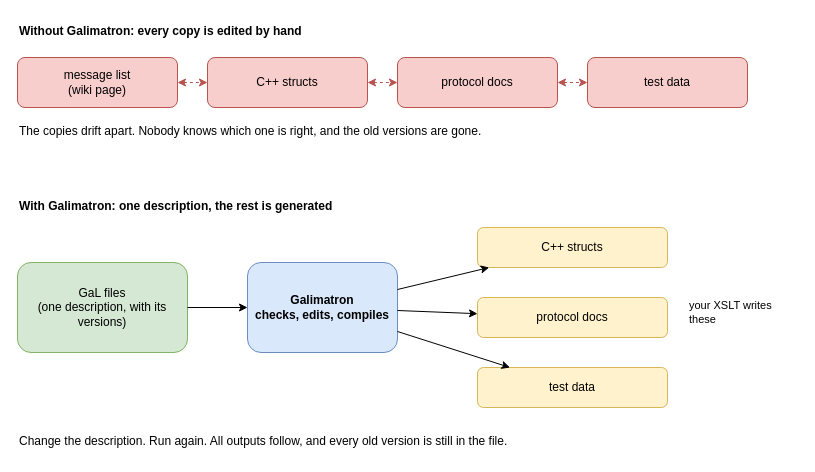
Earlier version of the draw.io diagram drawio/01_one_description.drawio (goloveshin/galimatron_doc). Source tidied: cells renumbered, new cells numbered last; positions are measured from the earlier drawing's top-left corner, leaving out a move shared by most shapes. Both pictures are drawn from the tidied source at 100%, with x=0, y=0 at pixel (17, 17).
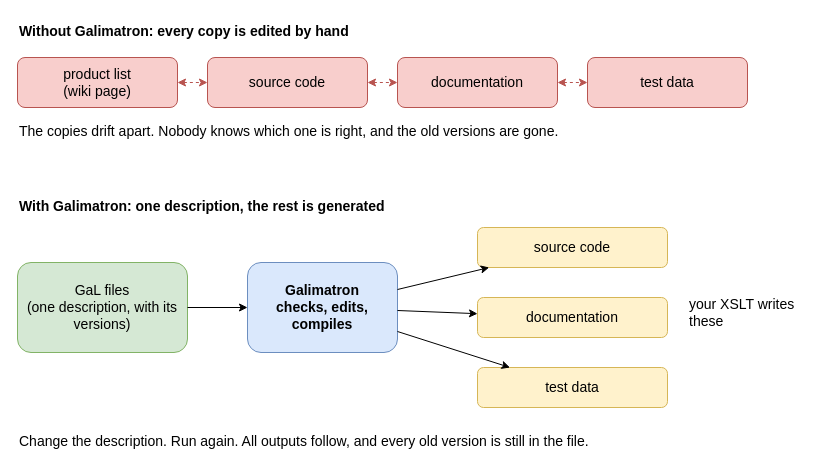
The same diagram, later.

What changed in the source:
```diff
@@
-    <mxCell id="2" value="Without Galimatron: every copy is edited by hand" style="text;html=1;whiteSpace=wrap;verticalAlign=middle;align=left;fontStyle=1;" parent="1" vertex="1">
+    <mxCell id="2" value="Without Galimatron: every copy is edited by hand" style="text;html=1;whiteSpace=wrap;verticalAlign=middle;align=left;fontStyle=1;fontSize=14;" parent="1" vertex="1">
       <mxGeometry width="700" height="28" as="geometry" />
     </mxCell>
-    <mxCell id="3" value="message list&lt;br&gt;(wiki page)" style="rounded=1;whiteSpace=wrap;html=1;fillColor=#f8cecc;strokeColor=#b85450;" parent="1" vertex="1">
+    <mxCell id="3" value="product list&lt;br&gt;(wiki page)" style="rounded=1;whiteSpace=wrap;html=1;fillColor=#f8cecc;strokeColor=#b85450;fontSize=14;" parent="1" vertex="1">
       <mxGeometry y="40" width="160" height="50" as="geometry" />
     </mxCell>
-    <mxCell id="4" value="C++ structs" style="rounded=1;whiteSpace=wrap;html=1;fillColor=#f8cecc;strokeColor=#b85450;" parent="1" vertex="1">
+    <mxCell id="4" value="source code" style="rounded=1;whiteSpace=wrap;html=1;fillColor=#f8cecc;strokeColor=#b85450;fontSize=14;" parent="1" vertex="1">
       <mxGeometry x="190" y="40" width="160" height="50" as="geometry" />
     </mxCell>
-    <mxCell id="5" value="protocol docs" style="rounded=1;whiteSpace=wrap;html=1;fillColor=#f8cecc;strokeColor=#b85450;" parent="1" vertex="1">
+    <mxCell id="5" value="documentation" style="rounded=1;whiteSpace=wrap;html=1;fillColor=#f8cecc;strokeColor=#b85450;fontSize=14;" parent="1" vertex="1">
       <mxGeometry x="380" y="40" width="160" height="50" as="geometry" />
     </mxCell>
-    <mxCell id="6" value="test data" style="rounded=1;whiteSpace=wrap;html=1;fillColor=#f8cecc;strokeColor=#b85450;" parent="1" vertex="1">
+    <mxCell id="6" value="test data" style="rounded=1;whiteSpace=wrap;html=1;fillColor=#f8cecc;strokeColor=#b85450;fontSize=14;" parent="1" vertex="1">
       <mxGeometry x="570" y="40" width="160" height="50" as="geometry" />
     </mxCell>
@@
-    <mxCell id="10" value="The copies drift apart. Nobody knows which one is right, and the old versions are gone." style="text;html=1;whiteSpace=wrap;verticalAlign=middle;align=left;" parent="1" vertex="1">
+    <mxCell id="10" value="The copies drift apart. Nobody knows which one is right, and the old versions are gone." style="text;html=1;whiteSpace=wrap;verticalAlign=middle;align=left;fontSize=14;" parent="1" vertex="1">
       <mxGeometry y="100" width="730" height="28" as="geometry" />
     </mxCell>
-    <mxCell id="11" value="With Galimatron: one description, the rest is generated" style="text;html=1;whiteSpace=wrap;verticalAlign=middle;align=left;fontStyle=1;" parent="1" vertex="1">
+    <mxCell id="11" value="With Galimatron: one description, the rest is generated" style="text;html=1;whiteSpace=wrap;verticalAlign=middle;align=left;fontStyle=1;fontSize=14;" parent="1" vertex="1">
       <mxGeometry y="175" width="700" height="28" as="geometry" />
     </mxCell>
-    <mxCell id="12" value="GaL files&lt;br&gt;(one description, with its versions)" style="rounded=1;whiteSpace=wrap;html=1;fillColor=#d5e8d4;strokeColor=#82b366;" parent="1" vertex="1">
+    <mxCell id="12" value="GaL files&lt;br&gt;(one description, with its versions)" style="rounded=1;whiteSpace=wrap;html=1;fillColor=#d5e8d4;strokeColor=#82b366;fontSize=14;" parent="1" vertex="1">
       <mxGeometry y="245" width="170" height="90" as="geometry" />
     </mxCell>
-    <mxCell id="13" value="Galimatron&lt;br&gt;checks, edits, compiles" style="rounded=1;whiteSpace=wrap;html=1;fillColor=#dae8fc;strokeColor=#6c8ebf;fontStyle=1;" parent="1" vertex="1">
+    <mxCell id="13" value="Galimatron&lt;br&gt;checks, edits, compiles" style="rounded=1;whiteSpace=wrap;html=1;fillColor=#dae8fc;strokeColor=#6c8ebf;fontStyle=1;fontSize=14;" parent="1" vertex="1">
       <mxGeometry x="230" y="245" width="150" height="90" as="geometry" />
     </mxCell>
-    <mxCell id="14" value="C++ structs" style="rounded=1;whiteSpace=wrap;html=1;fillColor=#fff2cc;strokeColor=#d6b656;" parent="1" vertex="1">
+    <mxCell id="14" value="source code" style="rounded=1;whiteSpace=wrap;html=1;fillColor=#fff2cc;strokeColor=#d6b656;fontSize=14;" parent="1" vertex="1">
       <mxGeometry x="460" y="210" width="190" height="40" as="geometry" />
     </mxCell>
-    <mxCell id="15" value="protocol docs" style="rounded=1;whiteSpace=wrap;html=1;fillColor=#fff2cc;strokeColor=#d6b656;" parent="1" vertex="1">
+    <mxCell id="15" value="documentation" style="rounded=1;whiteSpace=wrap;html=1;fillColor=#fff2cc;strokeColor=#d6b656;fontSize=14;" parent="1" vertex="1">
       <mxGeometry x="460" y="280" width="190" height="40" as="geometry" />
     </mxCell>
-    <mxCell id="16" value="test data" style="rounded=1;whiteSpace=wrap;html=1;fillColor=#fff2cc;strokeColor=#d6b656;" parent="1" vertex="1">
+    <mxCell id="16" value="test data" style="rounded=1;whiteSpace=wrap;html=1;fillColor=#fff2cc;strokeColor=#d6b656;fontSize=14;" parent="1" vertex="1">
       <mxGeometry x="460" y="350" width="190" height="40" as="geometry" />
     </mxCell>
@@
-    <mxCell id="21" value="your XSLT writes these" style="text;html=1;whiteSpace=wrap;verticalAlign=middle;align=left;fontSize=11;" parent="1" vertex="1">
+    <mxCell id="21" value="your XSLT writes these" style="text;html=1;whiteSpace=wrap;verticalAlign=middle;align=left;fontSize=14;" parent="1" vertex="1">
       <mxGeometry x="670" y="265" width="110" height="60" as="geometry" />
     </mxCell>
-    <mxCell id="22" value="Change the description. Run again. All outputs follow, and every old version is still in the file." style="text;html=1;whiteSpace=wrap;verticalAlign=middle;align=left;" parent="1" vertex="1">
+    <mxCell id="22" value="Change the description. Run again. All outputs follow, and every old version is still in the file." style="text;html=1;whiteSpace=wrap;verticalAlign=middle;align=left;fontSize=14;" parent="1" vertex="1">
       <mxGeometry y="410" width="730" height="28" as="geometry" />
     </mxCell>
```
